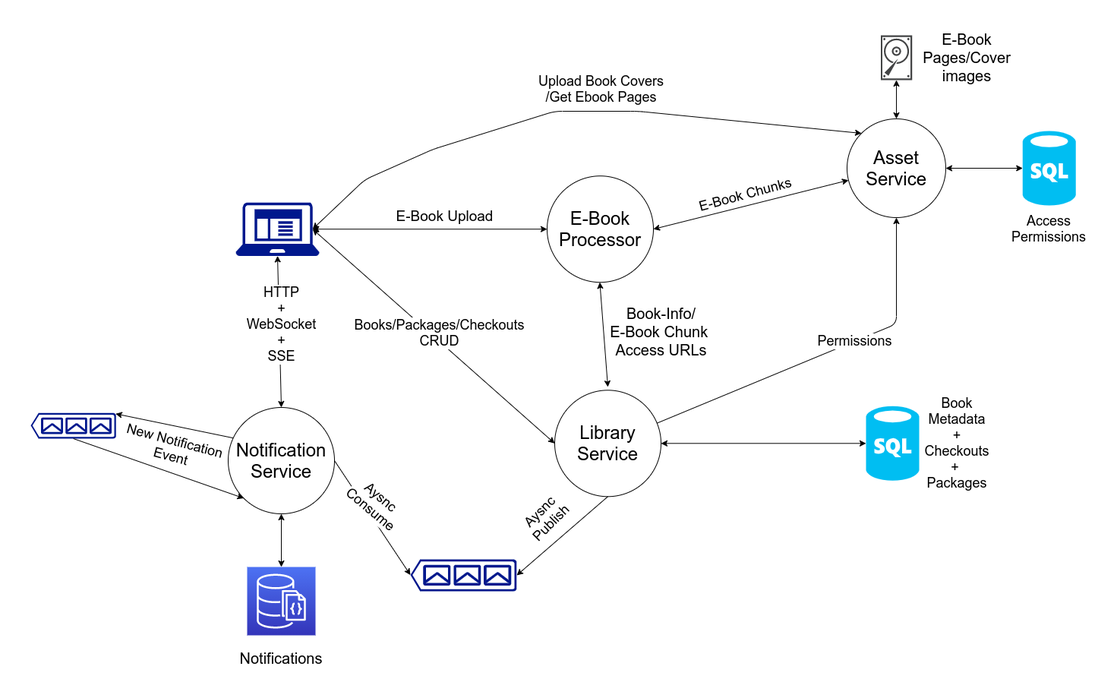
Before: architectural_diagram.png, a diagram exported from draw.io (SujanKumarMitra/e-library). Source tidied: cells renumbered, new cells last; positions are measured from the earlier drawing's top-left corner, leaving out a move shared by most shapes.
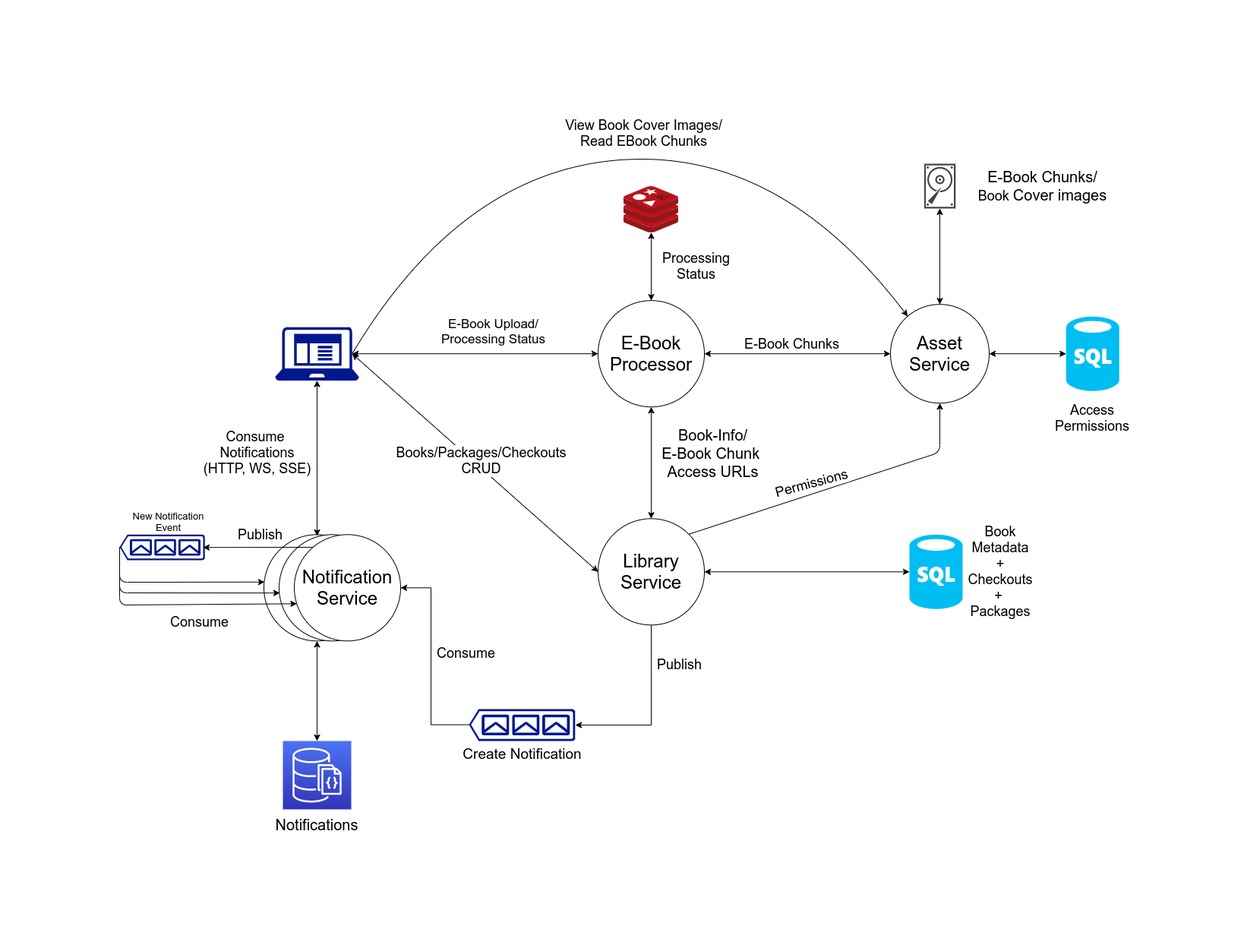
Above is the later version.

Commit message:
Update architecture diagram

Change to the diagram source:
```diff
@@ -5,37 +5,22 @@
     <mxCell id="2" value="&lt;span style=&quot;font-size: 24px&quot;&gt;Library&lt;br&gt;Service&lt;br&gt;&lt;/span&gt;" style="ellipse;whiteSpace=wrap;html=1;" parent="1" vertex="1">
-      <mxGeometry x="690" y="467.3" width="140" height="140" as="geometry" />
+      <mxGeometry x="803" y="467.3" width="140" height="140" as="geometry" />
     </mxCell>
     <mxCell id="3" value="&lt;span style=&quot;font-size: 24px&quot;&gt;Asset&lt;br&gt;Service&lt;br&gt;&lt;/span&gt;" style="ellipse;whiteSpace=wrap;html=1;" parent="1" vertex="1">
-      <mxGeometry x="1075" y="110" width="130" height="130" as="geometry" />
+      <mxGeometry x="1188" y="185.2" width="130" height="130" as="geometry" />
     </mxCell>
-    <mxCell id="4" value="&lt;span style=&quot;font-size: 24px&quot;&gt;Notification&lt;br&gt;Service&lt;br&gt;&lt;/span&gt;" style="ellipse;whiteSpace=wrap;html=1;" parent="1" vertex="1">
-      <mxGeometry x="260" y="490" width="140" height="140" as="geometry" />
+    <mxCell id="4" value="&lt;span style=&quot;font-size: 24px&quot;&gt;&lt;br&gt;&lt;/span&gt;" style="ellipse;whiteSpace=wrap;html=1;" parent="1" vertex="1">
+      <mxGeometry x="363" y="488.3" width="140" height="140" as="geometry" />
     </mxCell>
     <mxCell id="5" style="sketch=0;shadow=0;dashed=0;html=1;strokeColor=none;fillColor=#434445;labelPosition=center;verticalLabelPosition=bottom;verticalAlign=top;align=center;outlineConnect=0;shape=mxgraph.vvd.disk;" parent="1" vertex="1">
-      <mxGeometry x="1119.4" width="41.2" height="58.9" as="geometry" />
+      <mxGeometry x="1232.4" width="41.2" height="58.9" as="geometry" />
     </mxCell>
-    <mxCell id="6" value="&lt;font style=&quot;font-size: 20px&quot;&gt;E-Book Pages/Cover images&lt;/font&gt;" style="text;html=1;strokeColor=none;fillColor=none;align=center;verticalAlign=middle;whiteSpace=wrap;rounded=0;" parent="1" vertex="1">
-      <mxGeometry x="1181" y="19.5" width="104" height="20" as="geometry" />
+    <mxCell id="6" value="&lt;font&gt;&lt;span style=&quot;font-size: 20px&quot;&gt;E-Book Chunks/&lt;br&gt;&lt;/span&gt;&lt;span style=&quot;font-size: 18px&quot;&gt;Book&amp;nbsp;&lt;/span&gt;&lt;span style=&quot;font-size: 20px&quot;&gt;Cover images&lt;/span&gt;&lt;/font&gt;" style="text;html=1;strokeColor=none;fillColor=none;align=center;verticalAlign=middle;whiteSpace=wrap;rounded=0;" parent="1" vertex="1">
+      <mxGeometry x="1294" y="19.5" width="189" height="20" as="geometry" />
     </mxCell>
     <mxCell id="7" value="&lt;font style=&quot;font-size: 20px&quot;&gt;Notifications&lt;br&gt;&lt;/font&gt;" style="text;html=1;strokeColor=none;fillColor=none;align=center;verticalAlign=middle;whiteSpace=wrap;rounded=0;" parent="1" vertex="1">
-      <mxGeometry x="310" y="810" width="40" height="20" as="geometry" />
+      <mxGeometry x="413" y="860" width="40" height="20" as="geometry" />
     </mxCell>
     <mxCell id="8" value="&lt;span style=&quot;font-size: 24px&quot;&gt;E-Book&lt;br&gt;Processor&lt;br&gt;&lt;/span&gt;" style="ellipse;whiteSpace=wrap;html=1;" parent="1" vertex="1">
-      <mxGeometry x="680" y="185.2" width="140" height="140" as="geometry" />
+      <mxGeometry x="803" y="180.2" width="140" height="140" as="geometry" />
     </mxCell>
-    <mxCell id="9" style="endArrow=classic;startArrow=classic;html=1;fontSize=18;entryX=0;entryY=0;entryDx=0;entryDy=0;exitX=0.92;exitY=0.5;exitDx=0;exitDy=0;exitPerimeter=0;" parent="1" edge="1" source="22" target="3">
-      <mxGeometry relative="1" as="geometry">
-        <Array as="points">
-          <mxPoint x="440" y="190" />
-          <mxPoint x="530" y="150" />
-          <mxPoint x="690" y="100" />
-          <mxPoint x="800" y="100" />
-        </Array>
-      </mxGeometry>
-    </mxCell>
-    <mxCell id="10" value="Upload Book Covers&lt;br&gt;/Get Ebook Pages" style="edgeLabel;html=1;align=center;verticalAlign=middle;fontSize=18;" parent="9" vertex="1">
-      <mxGeometry x="-0.1" y="-2" relative="1" as="geometry">
-        <mxPoint x="76" y="-37" as="offset" />
-      </mxGeometry>
-    </mxCell>
     <mxCell id="11" style="endArrow=classic;startArrow=classic;html=1;fontSize=18;exitX=0.5;exitY=0;exitDx=0;exitDy=0;" parent="1" edge="1" source="3" target="5">
@@ -44,3 +29,3 @@
     <mxCell id="12" value="Book Metadata + Checkouts +&amp;nbsp;&lt;br&gt;Packages" style="text;html=1;strokeColor=none;fillColor=none;align=center;verticalAlign=middle;whiteSpace=wrap;rounded=0;fontSize=18;" parent="1" vertex="1">
-      <mxGeometry x="1200" y="497.3" width="40" height="80" as="geometry" />
+      <mxGeometry x="1313" y="497.3" width="40" height="80" as="geometry" />
     </mxCell>
@@ -49,8 +34,10 @@
     </mxCell>
-    <mxCell id="14" style="endArrow=classic;startArrow=classic;html=1;fontSize=18;entryX=0.5;entryY=0;entryDx=0;entryDy=0;exitX=0.5;exitY=1;exitDx=0;exitDy=0;exitPerimeter=0;" parent="1" edge="1" source="22" target="4">
-      <mxGeometry relative="1" as="geometry" />
+    <mxCell id="14" style="endArrow=classic;startArrow=classic;html=1;fontSize=18;exitX=0.5;exitY=1;exitDx=0;exitDy=0;exitPerimeter=0;" parent="1" edge="1" source="22">
+      <mxGeometry relative="1" as="geometry">
+        <mxPoint x="433" y="490" as="targetPoint" />
+      </mxGeometry>
     </mxCell>
-    <mxCell id="15" value="HTTP&lt;br&gt;+&lt;br&gt;WebSocket&lt;br&gt;+&lt;br&gt;SSE" style="edgeLabel;html=1;align=center;verticalAlign=middle;fontSize=18;" parent="14" vertex="1">
+    <mxCell id="15" value="Consume &lt;br&gt;Notifications&lt;br&gt;(HTTP, WS, SSE)" style="edgeLabel;html=1;align=center;verticalAlign=middle;fontSize=18;" parent="14" vertex="1">
       <mxGeometry x="-0.32" y="3" relative="1" as="geometry">
-        <mxPoint y="22" as="offset" />
+        <mxPoint x="-83" y="25" as="offset" />
       </mxGeometry>
@@ -60,10 +47,2 @@
     </mxCell>
-    <mxCell id="17" style="endArrow=classic;html=1;fontSize=18;exitX=0.5;exitY=1;exitDx=0;exitDy=0;entryX=0;entryY=0.5;entryDx=0;entryDy=0;entryPerimeter=0;" parent="1" edge="1" source="2" target="30">
-      <mxGeometry relative="1" as="geometry" />
-    </mxCell>
-    <mxCell id="18" value="Aysnc&lt;br&gt;Publish" style="edgeLabel;html=1;align=center;verticalAlign=middle;fontSize=18;rotation=-45;" parent="17" vertex="1">
-      <mxGeometry x="0.32" y="-3" relative="1" as="geometry">
-        <mxPoint x="-2" y="-38" as="offset" />
-      </mxGeometry>
-    </mxCell>
     <mxCell id="19" style="edgeStyle=orthogonalEdgeStyle;rounded=0;orthogonalLoop=1;jettySize=auto;html=1;exitX=0.5;exitY=1;exitDx=0;exitDy=0;fontSize=18;" parent="1" edge="1" source="6" target="6">
@@ -80,3 +59,3 @@
     <mxCell id="22" style="sketch=0;shadow=0;dashed=0;html=1;strokeColor=none;labelPosition=center;verticalLabelPosition=bottom;verticalAlign=top;align=center;fillColor=#00188D;shape=mxgraph.mscae.enterprise.client_application;fontSize=18;" parent="1" vertex="1">
-      <mxGeometry x="270" y="220" width="110" height="70.4" as="geometry" />
+      <mxGeometry x="378" y="215" width="110" height="70.4" as="geometry" />
     </mxCell>
@@ -84,4 +63,4 @@
       <mxGeometry relative="1" as="geometry">
-        <mxPoint x="894.2" y="62.3" as="sourcePoint" />
-        <mxPoint x="894.2" y="62.3" as="targetPoint" />
+        <mxPoint x="1007.2" y="62.3" as="sourcePoint" />
+        <mxPoint x="1007.2" y="62.3" as="targetPoint" />
       </mxGeometry>
@@ -89,3 +68,3 @@
     <mxCell id="24" value="Access Permissions&lt;br&gt;" style="text;html=1;strokeColor=none;fillColor=none;align=center;verticalAlign=middle;whiteSpace=wrap;rounded=0;fontSize=18;" parent="1" vertex="1">
-      <mxGeometry x="1321.2" y="245.2" width="40" height="20" as="geometry" />
+      <mxGeometry x="1434.2" y="325.2" width="40" height="20" as="geometry" />
     </mxCell>
@@ -97,6 +76,6 @@
     </mxCell>
-    <mxCell id="27" style="endArrow=classic;html=1;fontSize=18;entryX=0.5;entryY=1;entryDx=0;entryDy=0;" parent="1" edge="1" source="2" target="3">
+    <mxCell id="27" style="endArrow=classic;html=1;fontSize=18;entryX=0.5;entryY=1;entryDx=0;entryDy=0;exitX=1;exitY=0;exitDx=0;exitDy=0;" parent="1" edge="1" source="2" target="3">
       <mxGeometry relative="1" as="geometry">
         <Array as="points">
-          <mxPoint x="1140" y="380" />
+          <mxPoint x="1253" y="380" />
         </Array>
@@ -104,32 +83,22 @@
     </mxCell>
-    <mxCell id="28" value="Permissions" style="edgeLabel;html=1;align=center;verticalAlign=middle;fontSize=18;" parent="27" vertex="1">
-      <mxGeometry x="0.17" y="1" relative="1" as="geometry" />
+    <mxCell id="28" value="Permissions" style="edgeLabel;html=1;align=center;verticalAlign=middle;fontSize=18;rotation=-15;" parent="27" vertex="1">
+      <mxGeometry x="0.17" y="1" relative="1" as="geometry">
+        <mxPoint x="-69" y="8" as="offset" />
+      </mxGeometry>
     </mxCell>
     <mxCell id="29" style="sketch=0;points=[[0,0,0],[0.25,0,0],[0.5,0,0],[0.75,0,0],[1,0,0],[0,1,0],[0.25,1,0],[0.5,1,0],[0.75,1,0],[1,1,0],[0,0.25,0],[0,0.5,0],[0,0.75,0],[1,0.25,0],[1,0.5,0],[1,0.75,0]];outlineConnect=0;fontColor=#232F3E;gradientColor=#4D72F3;gradientDirection=north;fillColor=#3334B9;strokeColor=#ffffff;dashed=0;verticalLabelPosition=bottom;verticalAlign=top;align=center;html=1;fontSize=12;fontStyle=0;shape=mxgraph.aws4.resourceIcon;resIcon=mxgraph.aws4.documentdb_with_mongodb_compatibility;" parent="1" vertex="1">
-      <mxGeometry x="285" y="700" width="90" height="90" as="geometry" />
+      <mxGeometry x="388" y="760" width="90" height="90" as="geometry" />
     </mxCell>
-    <mxCell id="30" style="sketch=0;shadow=0;dashed=0;html=1;strokeColor=none;labelPosition=center;verticalLabelPosition=bottom;verticalAlign=top;align=center;fillColor=#00188D;shape=mxgraph.azure.queue_generic;direction=west;" parent="1" vertex="1">
-      <mxGeometry x="500" y="690" width="140" height="42" as="geometry" />
+    <mxCell id="30" value="&lt;font style=&quot;font-size: 19px&quot;&gt;Create Notification&lt;/font&gt;" style="sketch=0;shadow=0;dashed=0;html=1;strokeColor=none;labelPosition=center;verticalLabelPosition=bottom;verticalAlign=top;align=center;fillColor=#00188D;shape=mxgraph.azure.queue_generic;direction=west;" parent="1" vertex="1">
+      <mxGeometry x="633" y="718" width="140" height="42" as="geometry" />
     </mxCell>
-    <mxCell id="31" style="endArrow=classic;html=1;fontSize=18;exitX=1;exitY=0.5;exitDx=0;exitDy=0;entryX=1;entryY=0.51;entryDx=0;entryDy=0;entryPerimeter=0;" parent="1" edge="1" source="4" target="30">
-      <mxGeometry relative="1" as="geometry" />
-    </mxCell>
-    <mxCell id="32" value="Aysnc&lt;br&gt;Consume" style="edgeLabel;html=1;align=center;verticalAlign=middle;fontSize=18;rotation=40;" parent="31" vertex="1">
-      <mxGeometry x="0.32" y="-3" relative="1" as="geometry">
-        <mxPoint x="-9" y="-45" as="offset" />
-      </mxGeometry>
-    </mxCell>
     <mxCell id="33" style="sketch=0;shadow=0;dashed=0;html=1;strokeColor=none;labelPosition=center;verticalLabelPosition=bottom;verticalAlign=top;align=center;fillColor=#00188D;shape=mxgraph.azure.queue_generic;direction=west;" parent="1" vertex="1">
-      <mxGeometry y="497.3" width="112.3" height="33.7" as="geometry" />
+      <mxGeometry x="173" y="488.3" width="112.3" height="33.7" as="geometry" />
     </mxCell>
-    <mxCell id="34" style="endArrow=classic;html=1;fontSize=18;exitX=0.047;exitY=0.287;exitDx=0;exitDy=0;entryX=0.005;entryY=0.97;entryDx=0;entryDy=0;entryPerimeter=0;exitPerimeter=0;" parent="1" edge="1" source="4" target="33">
-      <mxGeometry relative="1" as="geometry" />
-    </mxCell>
-    <mxCell id="35" value="New Notification&lt;br&gt;Event" style="edgeLabel;html=1;align=center;verticalAlign=middle;fontSize=18;rotation=15;" parent="34" vertex="1">
-      <mxGeometry x="0.32" y="-3" relative="1" as="geometry">
-        <mxPoint x="21" y="37" as="offset" />
-      </mxGeometry>
-    </mxCell>
-    <mxCell id="36" style="endArrow=classic;html=1;fontSize=18;exitX=0.5;exitY=0;exitDx=0;exitDy=0;entryX=0;entryY=1;entryDx=0;entryDy=0;exitPerimeter=0;" parent="1" edge="1" source="33" target="4">
-      <mxGeometry relative="1" as="geometry" />
+    <mxCell id="36" style="endArrow=classic;html=1;fontSize=18;exitX=1;exitY=0.51;exitDx=0;exitDy=0;exitPerimeter=0;entryX=0.006;entryY=0.446;entryDx=0;entryDy=0;entryPerimeter=0;" parent="1" edge="1" source="33" target="4">
+      <mxGeometry relative="1" as="geometry">
+        <Array as="points">
+          <mxPoint x="173" y="551" />
+        </Array>
+      </mxGeometry>
     </mxCell>
@@ -138,5 +107,5 @@
     </mxCell>
-    <mxCell id="38" value="&lt;font style=&quot;font-size: 19px&quot;&gt;E-Book Upload&lt;/font&gt;" style="edgeLabel;html=1;align=center;verticalAlign=middle;" parent="37" vertex="1">
+    <mxCell id="38" value="&lt;font style=&quot;font-size: 17px&quot;&gt;E-Book Upload/&lt;br&gt;Processing Status&lt;br&gt;&lt;/font&gt;" style="edgeLabel;html=1;align=center;verticalAlign=middle;" parent="37" vertex="1">
       <mxGeometry x="0.08" y="-2" relative="1" as="geometry">
-        <mxPoint x="6" y="-20" as="offset" />
+        <mxPoint x="9" y="-32" as="offset" />
       </mxGeometry>
@@ -146,12 +115,9 @@
     </mxCell>
-    <mxCell id="40" value="&lt;font style=&quot;font-size: 18px&quot;&gt;E-Book Chunks&lt;/font&gt;" style="edgeLabel;html=1;align=center;verticalAlign=middle;rotation=-15;" parent="39" vertex="1">
+    <mxCell id="40" value="&lt;font style=&quot;font-size: 18px&quot;&gt;E-Book Chunks&lt;/font&gt;" style="edgeLabel;html=1;align=center;verticalAlign=middle;rotation=0;" parent="39" vertex="1">
       <mxGeometry x="0.09" relative="1" as="geometry">
-        <mxPoint x="-20" y="-10" as="offset" />
+        <mxPoint x="-20" y="-13" as="offset" />
       </mxGeometry>
     </mxCell>
-    <mxCell id="41" style="endArrow=classic;startArrow=classic;html=1;fontSize=18;" parent="1" edge="1">
-      <mxGeometry relative="1" as="geometry">
-        <mxPoint x="760" y="463" as="sourcePoint" />
-        <mxPoint x="749.4" y="325.2" as="targetPoint" />
-      </mxGeometry>
+    <mxCell id="41" style="endArrow=classic;startArrow=classic;html=1;fontSize=18;exitX=0.5;exitY=0;exitDx=0;exitDy=0;" parent="1" edge="1" source="2" target="8">
+      <mxGeometry relative="1" as="geometry" />
     </mxCell>
@@ -159,3 +125,3 @@
       <mxGeometry x="0.17" y="-3" relative="1" as="geometry">
-        <mxPoint x="73" y="8" as="offset" />
+        <mxPoint x="77" y="-1" as="offset" />
       </mxGeometry>
@@ -163,7 +129,91 @@
     <mxCell id="43" style="verticalLabelPosition=bottom;html=1;verticalAlign=top;align=center;strokeColor=none;fillColor=#00BEF2;shape=mxgraph.azure.sql_database;" parent="1" vertex="1">
-      <mxGeometry x="1306.2" y="126" width="70" height="98" as="geometry" />
+      <mxGeometry x="1419.2" y="201.2" width="70" height="98" as="geometry" />
     </mxCell>
     <mxCell id="44" style="verticalLabelPosition=bottom;html=1;verticalAlign=top;align=center;strokeColor=none;fillColor=#00BEF2;shape=mxgraph.azure.sql_database;" parent="1" vertex="1">
-      <mxGeometry x="1100" y="488.3" width="70" height="98" as="geometry" />
+      <mxGeometry x="1213" y="488.3" width="70" height="98" as="geometry" />
     </mxCell>
+    <mxCell id="45" style="sketch=0;html=1;points=[];align=center;image;fontSize=12;image=img/lib/mscae/Cache_Redis_Product.svg;" parent="1" vertex="1">
+      <mxGeometry x="837" y="30" width="72.1" height="60.5" as="geometry" />
+    </mxCell>
+    <mxCell id="46" style="endArrow=classic;startArrow=classic;html=1;rounded=0;fontSize=80;exitX=0.5;exitY=0;exitDx=0;exitDy=0;" parent="1" edge="1" source="8" target="45">
+      <mxGeometry relative="1" as="geometry" />
+    </mxCell>
+    <mxCell id="47" value="&lt;font style=&quot;font-size: 18px&quot;&gt;Processing&lt;br&gt;Status&lt;/font&gt;" style="edgeLabel;html=1;align=center;verticalAlign=middle;rotation=0;" parent="1" vertex="1">
+      <mxGeometry x="953" y="140" as="geometry">
+        <mxPoint x="-22" y="-6" as="offset" />
+      </mxGeometry>
+    </mxCell>
+    <mxCell id="17" style="edgeStyle=elbowEdgeStyle;elbow=horizontal;endArrow=classic;html=1;rounded=0;fontSize=17;exitX=0.5;exitY=1;exitDx=0;exitDy=0;entryX=0;entryY=0.5;entryDx=0;entryDy=0;entryPerimeter=0;" parent="1" edge="1" source="2" target="30">
+      <mxGeometry relative="1" as="geometry">
+        <Array as="points">
+          <mxPoint x="873" y="690" />
+        </Array>
+      </mxGeometry>
+    </mxCell>
+    <mxCell id="48" value="&lt;span style=&quot;font-size: 18px&quot;&gt;Publish&lt;/span&gt;" style="edgeLabel;html=1;align=center;verticalAlign=middle;fontSize=17;" parent="17" vertex="1">
+      <mxGeometry x="-0.55" y="-3" relative="1" as="geometry">
+        <mxPoint x="39" as="offset" />
+      </mxGeometry>
+    </mxCell>
+    <mxCell id="49" value="&lt;span style=&quot;font-size: 24px&quot;&gt;&lt;br&gt;&lt;/span&gt;" style="ellipse;whiteSpace=wrap;html=1;" parent="1" vertex="1">
+      <mxGeometry x="383" y="488.3" width="140" height="140" as="geometry" />
+    </mxCell>
+    <mxCell id="50" value="&lt;span style=&quot;font-size: 24px&quot;&gt;Notification&lt;br&gt;Service&lt;br&gt;&lt;/span&gt;" style="ellipse;whiteSpace=wrap;html=1;" parent="1" vertex="1">
+      <mxGeometry x="403" y="488.3" width="140" height="140" as="geometry" />
+    </mxCell>
+    <mxCell id="51" style="endArrow=classic;html=1;fontSize=18;entryX=0.007;entryY=0.549;entryDx=0;entryDy=0;exitX=1;exitY=0.51;exitDx=0;exitDy=0;exitPerimeter=0;entryPerimeter=0;" parent="1" edge="1" source="33" target="49">
+      <mxGeometry relative="1" as="geometry">
+        <Array as="points">
+          <mxPoint x="173" y="565" />
+        </Array>
+      </mxGeometry>
+    </mxCell>
+    <mxCell id="52" style="endArrow=classic;html=1;fontSize=18;entryX=0.024;entryY=0.65;entryDx=0;entryDy=0;exitX=1;exitY=0.51;exitDx=0;exitDy=0;exitPerimeter=0;entryPerimeter=0;" parent="1" edge="1" source="33" target="50">
+      <mxGeometry relative="1" as="geometry">
+        <Array as="points">
+          <mxPoint x="173" y="581" />
+        </Array>
+      </mxGeometry>
+    </mxCell>
+    <mxCell id="53" value="Consume" style="edgeLabel;html=1;align=center;verticalAlign=middle;fontSize=18;rotation=0;" parent="1" vertex="1">
+      <mxGeometry x="273" y="620" as="geometry">
+        <mxPoint x="4" y="-17" as="offset" />
+      </mxGeometry>
+    </mxCell>
+    <mxCell id="54" style="endArrow=classic;html=1;rounded=0;fontSize=13;exitX=0.173;exitY=0.119;exitDx=0;exitDy=0;entryX=0.022;entryY=0.498;entryDx=0;entryDy=0;entryPerimeter=0;exitPerimeter=0;" parent="1" edge="1" source="50" target="33">
+      <mxGeometry relative="1" as="geometry" />
+    </mxCell>
+    <mxCell id="35" value="&lt;font style=&quot;font-size: 13px&quot;&gt;New Notification&lt;br style=&quot;font-size: 13px&quot;&gt;Event&lt;/font&gt;" style="edgeLabel;html=1;align=center;verticalAlign=middle;fontSize=13;rotation=0;" parent="1" vertex="1">
+      <mxGeometry x="253" y="467.3" as="geometry">
+        <mxPoint x="-17" y="3" as="offset" />
+      </mxGeometry>
+    </mxCell>
+    <mxCell id="9" style="curved=1;endArrow=classic;html=1;rounded=0;fontSize=13;exitX=0.92;exitY=0.5;exitDx=0;exitDy=0;exitPerimeter=0;entryX=0.175;entryY=0.122;entryDx=0;entryDy=0;entryPerimeter=0;" parent="1" edge="1" source="22" target="3">
+      <mxGeometry relative="1" as="geometry">
+        <Array as="points">
+          <mxPoint x="623" y="10" />
+          <mxPoint x="1043" y="-20" />
+        </Array>
+      </mxGeometry>
+    </mxCell>
+    <mxCell id="55" value="View Book Cover Images/&lt;br style=&quot;font-size: 18px&quot;&gt;Read EBook Chunks" style="text;html=1;align=center;verticalAlign=middle;strokeColor=none;fillColor=none;fontSize=18;" parent="1" vertex="1">
+      <mxGeometry x="753" y="-65" width="220" height="50" as="geometry" />
+    </mxCell>
+    <mxCell id="56" style="edgeStyle=elbowEdgeStyle;elbow=horizontal;endArrow=classic;html=1;rounded=0;fontSize=18;exitX=1;exitY=0.51;exitDx=0;exitDy=0;exitPerimeter=0;entryX=1;entryY=0.5;entryDx=0;entryDy=0;" parent="1" edge="1" source="30" target="50">
+      <mxGeometry relative="1" as="geometry">
+        <Array as="points">
+          <mxPoint x="583" y="650" />
+        </Array>
+      </mxGeometry>
+    </mxCell>
+    <mxCell id="57" value="&lt;span style=&quot;font-size: 18px&quot;&gt;Consume&lt;/span&gt;" style="edgeLabel;html=1;align=center;verticalAlign=middle;fontSize=17;" parent="1" vertex="1">
+      <mxGeometry x="633" y="640" as="geometry">
+        <mxPoint x="-5" y="4" as="offset" />
+      </mxGeometry>
+    </mxCell>
+    <mxCell id="58" value="Publish" style="edgeLabel;html=1;align=center;verticalAlign=middle;fontSize=18;rotation=0;" parent="1" vertex="1">
+      <mxGeometry x="353" y="505.1" as="geometry">
+        <mxPoint x="4" y="-17" as="offset" />
+      </mxGeometry>
+    </mxCell>
   </root>
```
